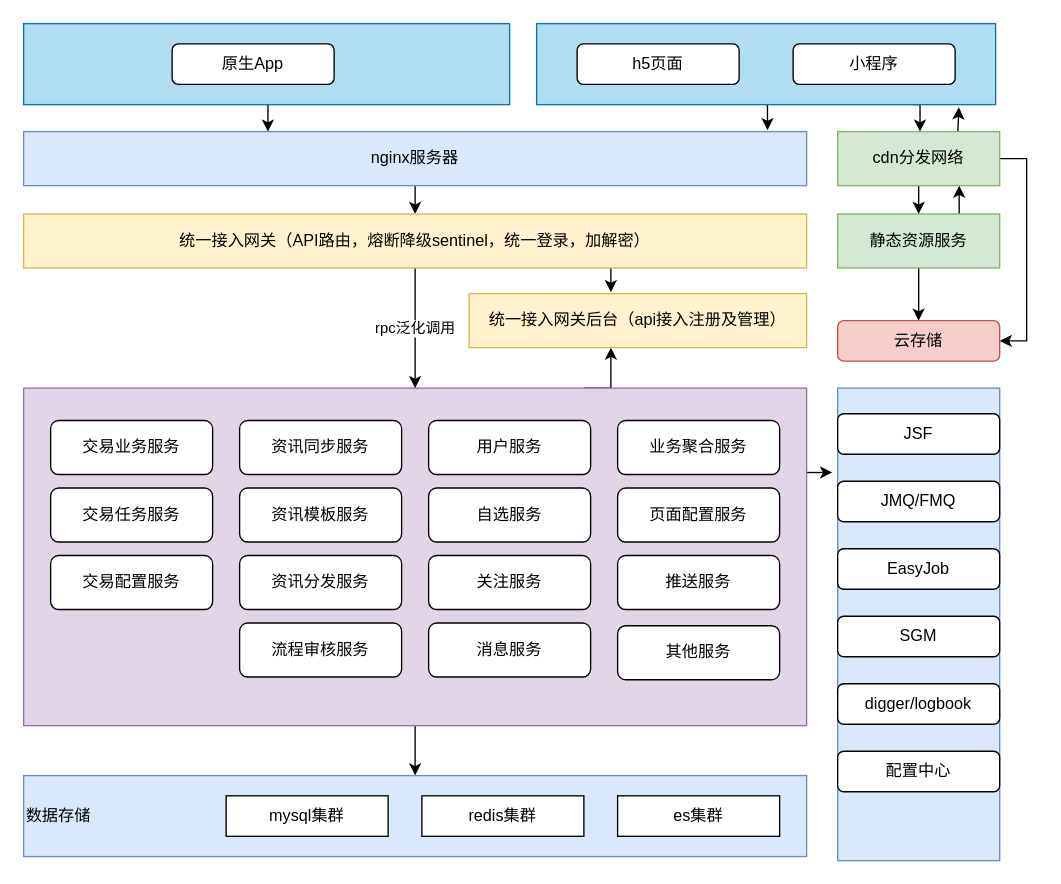
The draw.io diagram 证券系统整体架构图-JD.drawio in WindRain20140210/files-ArchitectureDiagram, before the edit. Source tidied: cells renumbered, new cells numbered last; positions are measured from the earlier drawing's top-left corner, leaving out a move shared by most shapes. Both pictures are drawn from the tidied source at 135%, with x=0, y=0 at pixel (23, 23).
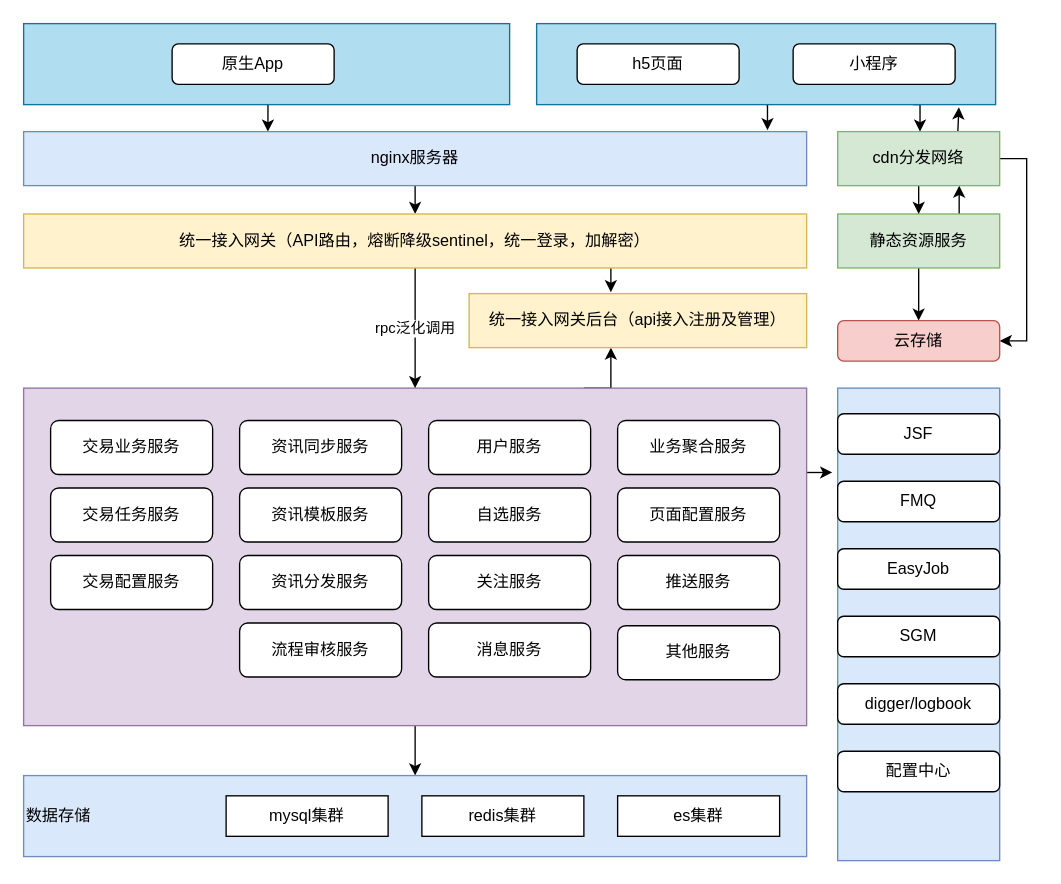
Above is the later version.

Commit message:
Update 证券系统整体架构图-JD.drawio

The edit, as a diff of the source:
```diff
@@
-    <mxCell id="27" value="JMQ/FMQ" style="rounded=1;whiteSpace=wrap;html=1;" parent="1" vertex="1">
+    <mxCell id="27" value="FMQ" style="rounded=1;whiteSpace=wrap;html=1;" parent="1" vertex="1">
       <mxGeometry x="603" y="339" width="120" height="30" as="geometry" />
     </mxCell>
```
